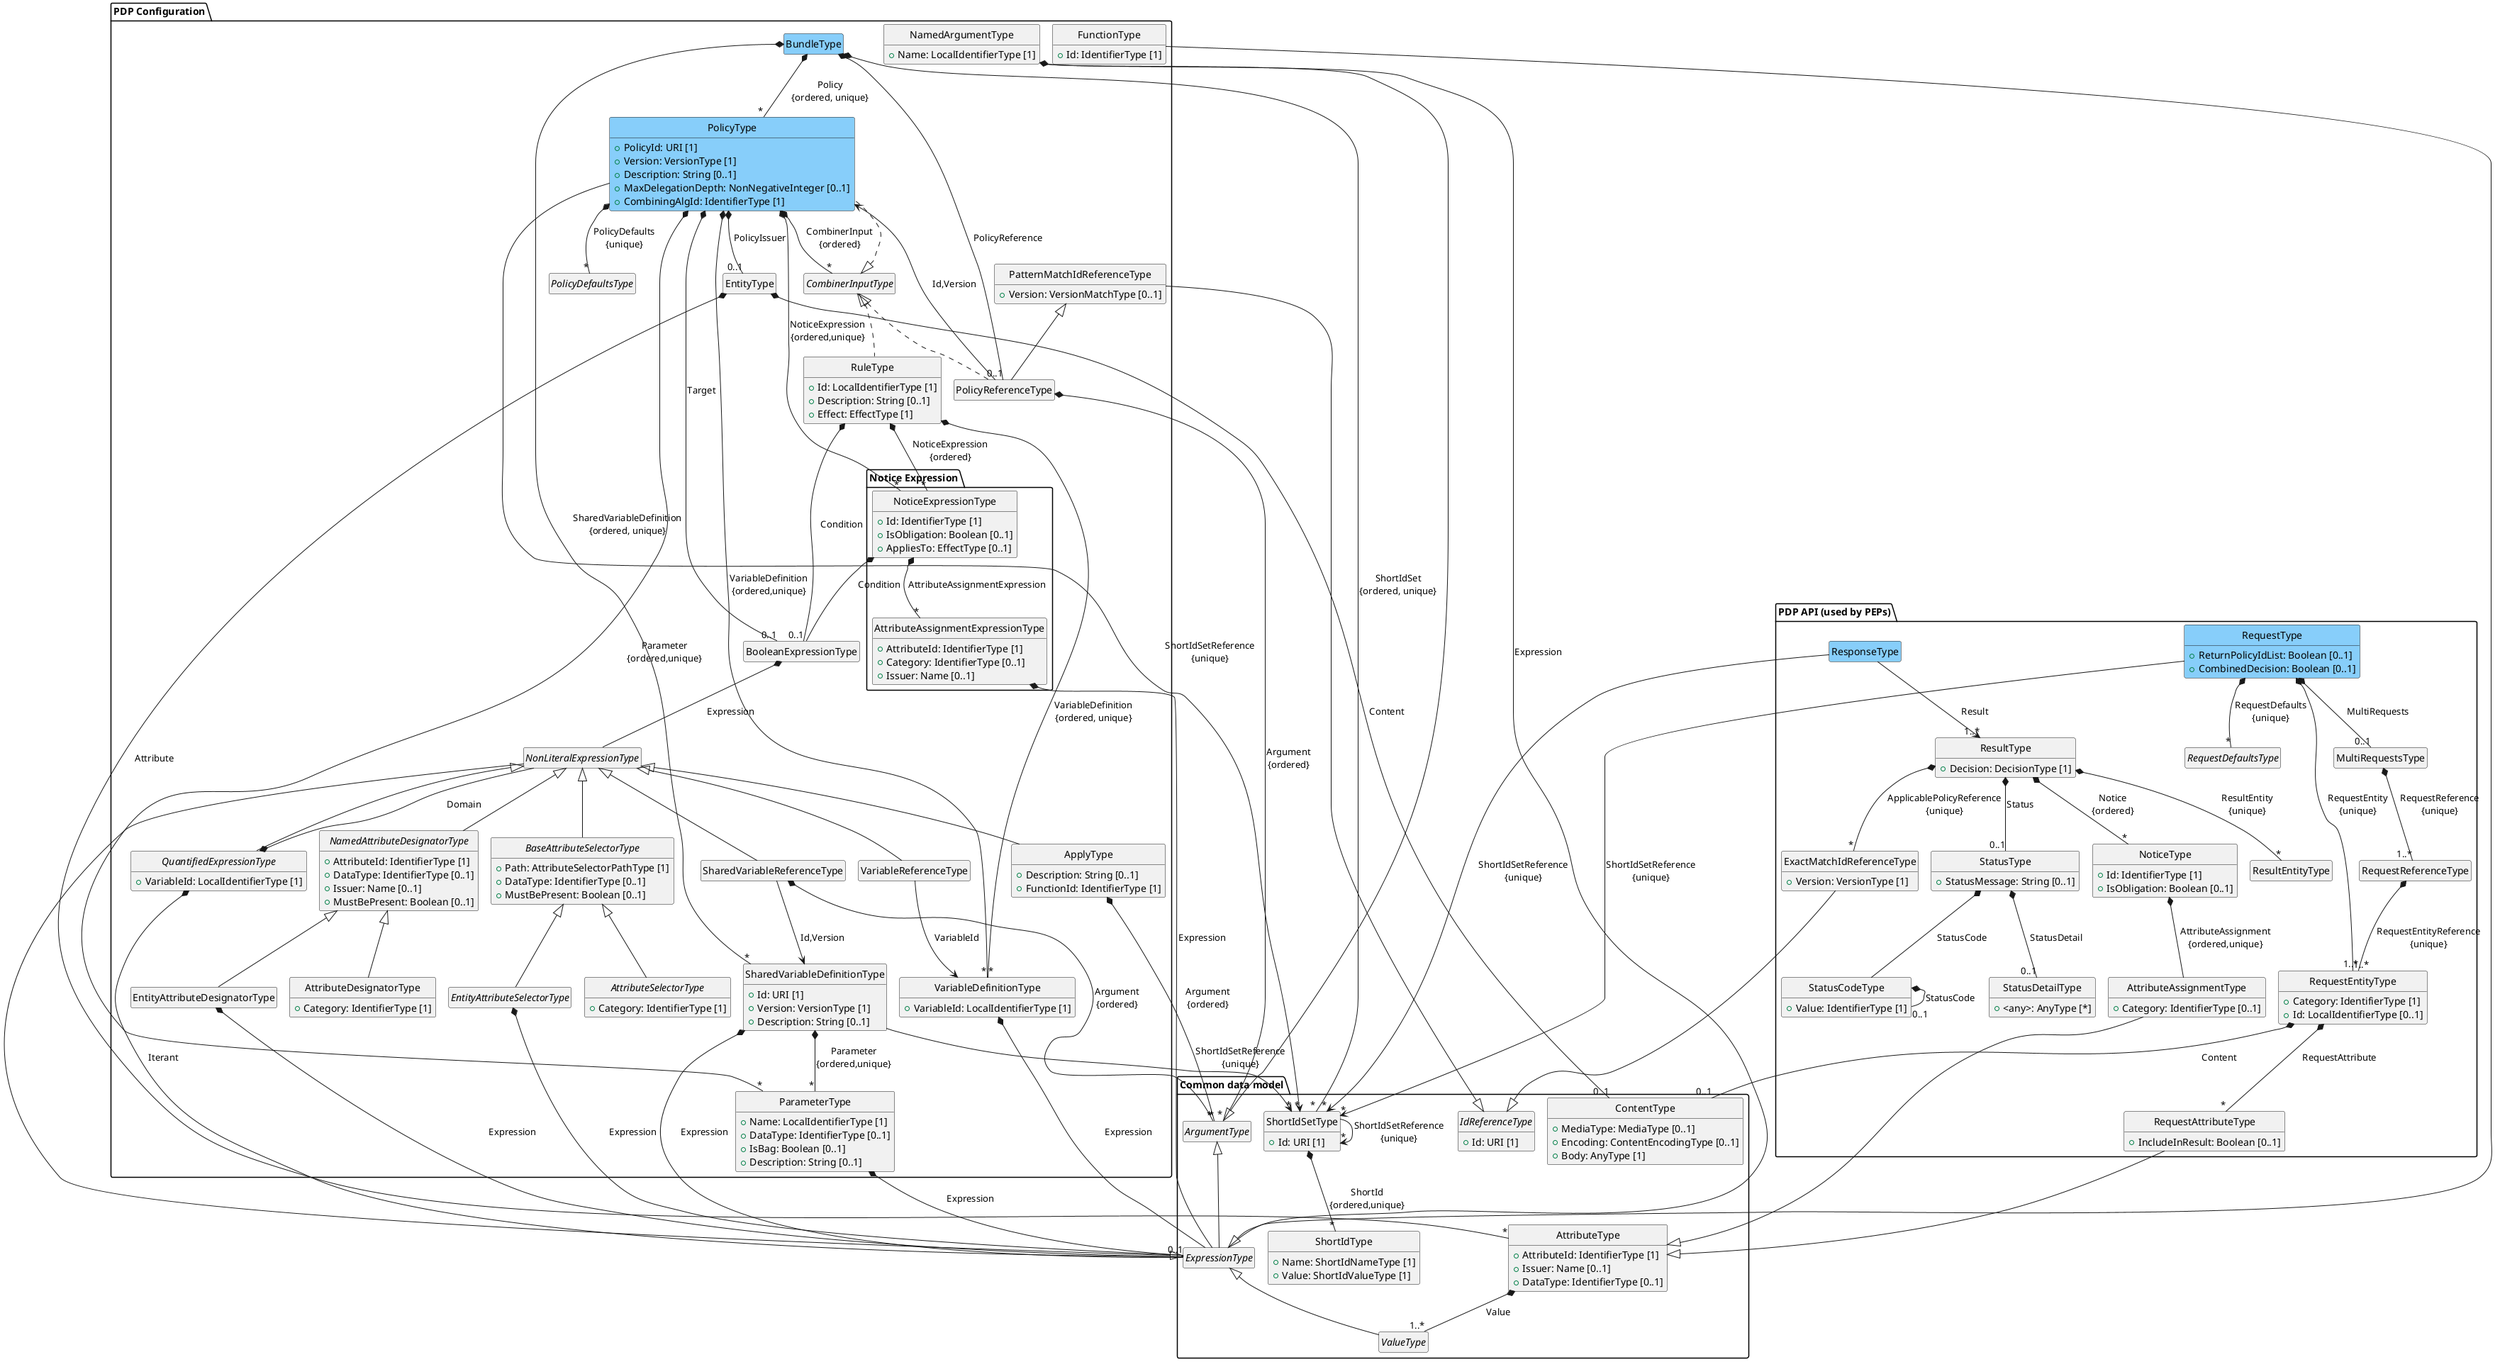
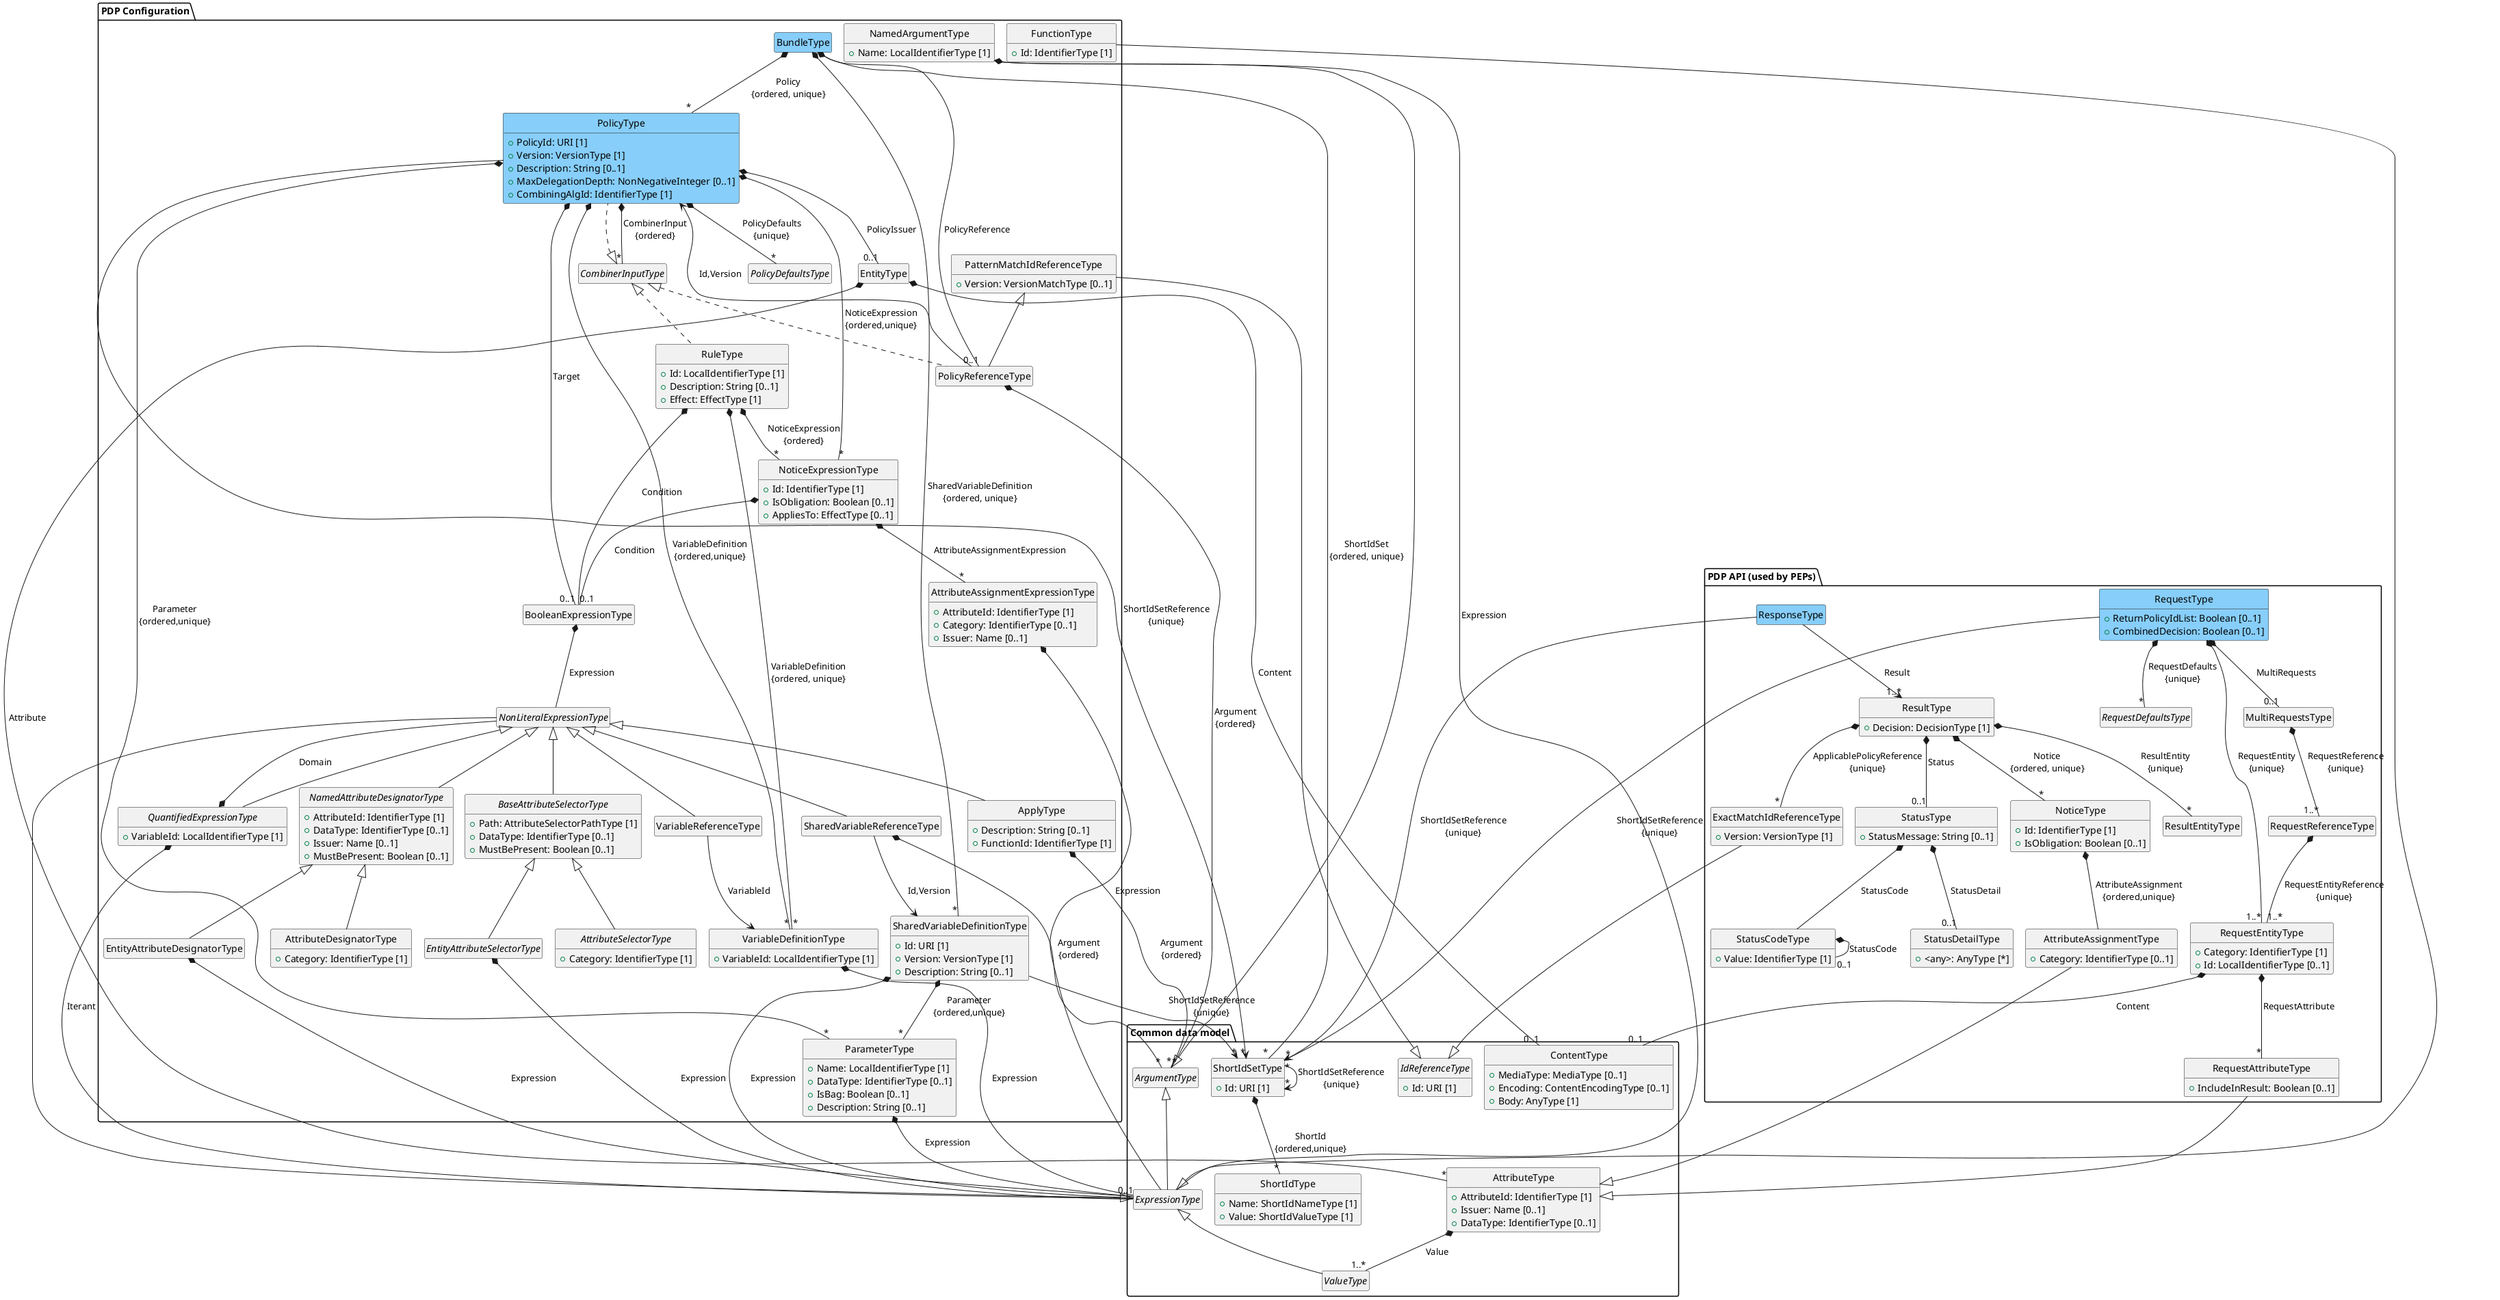
@startuml
hide empty members
hide circle
!pragma layout smetana
skinparam linetype ortho

'Constraints and defaults removed from class members and stereotypes remove from classes for conciseness

package "Common data model" {

    'Used in PDP Configuration and PDP API
    abstract class ArgumentType
    abstract class ExpressionType extends ArgumentType
    abstract class ValueType extends ExpressionType

    'Used in PDP Configuration and PDP API
    class AttributeType {
       + AttributeId: IdentifierType [1]
       + Issuer: Name [0..1]
       + DataType: IdentifierType [0..1]
    }
    AttributeType *-- "1..*" ValueType: Value

    abstract class IdReferenceType {
       + Id: URI [1]
    }

    class ShortIdType {
       + Name: ShortIdNameType [1]
       + Value: ShortIdValueType [1]
    }

    class ShortIdSetType {
        {field} + Id: URI [1]
    }

    ShortIdSetType *-- "*" ShortIdType: ShortId\n{ordered,unique}
    ShortIdSetType --> "*" ShortIdSetType: ShortIdSetReference\n{unique}

    class ContentType {
       + MediaType: MediaType [0..1]
       + Encoding: ContentEncodingType [0..1]
       + Body: AnyType [1]
    }
}

package "PDP Configuration" {

    EntityType *-- "0..1" ContentType: Content
    EntityType *-- "*" AttributeType: Attribute

    'WARNING CombinerInputType changed to interface to avoid multiple inheritance from PolicyReference
    interface CombinerInputType

    abstract class PolicyDefaultsType

    class NamedArgumentType {
      {field} + Name: LocalIdentifierType [1]
    }
    NamedArgumentType --|> ArgumentType
    NamedArgumentType *-- ExpressionType: Expression

    class ParameterType {
       + Name: LocalIdentifierType [1]
       + DataType: IdentifierType [0..1]
       + IsBag: Boolean [0..1]
       + Description: String [0..1]
    }
    ParameterType *-- "0..1" ExpressionType: Expression

    class VariableDefinitionType {
       + VariableId: LocalIdentifierType [1]
    }
    VariableDefinitionType *-- ExpressionType: Expression

    abstract class NonLiteralExpressionType
    NonLiteralExpressionType --|> ExpressionType

    BooleanExpressionType *-- NonLiteralExpressionType: Expression

-     package "Notice Expression" {
- 
    class AttributeAssignmentExpressionType {
       + AttributeId: IdentifierType [1]
       + Category: IdentifierType [0..1]
       + Issuer: Name [0..1]
    }
    AttributeAssignmentExpressionType *-- ExpressionType: Expression

    class NoticeExpressionType {
      {field} + Id: IdentifierType [1]
      {field} + IsObligation: Boolean [0..1]
      {field} + AppliesTo: EffectType [0..1]
    }
    NoticeExpressionType *-- BooleanExpressionType: Condition
    NoticeExpressionType *-- "*" AttributeAssignmentExpressionType: AttributeAssignmentExpression
-     }

    class PolicyType #LightSkyBlue implements CombinerInputType {
      {field} + PolicyId: URI [1]
      {field} + Version: VersionType [1]
      {field} + Description: String [0..1]
      {field} + MaxDelegationDepth: NonNegativeInteger [0..1]
      {field} + CombiningAlgId: IdentifierType [1]
    }
    PolicyType --> "*" ShortIdSetType: ShortIdSetReference\n{unique}
    PolicyType *-- "0..1" EntityType: PolicyIssuer
    PolicyType *-- "*" PolicyDefaultsType: PolicyDefaults\n{unique}
    PolicyType *-- "*" ParameterType: Parameter\n{ordered,unique}
    PolicyType *-- "*" VariableDefinitionType: VariableDefinition\n{ordered,unique}
    PolicyType *-- "0..1" BooleanExpressionType: Target
    PolicyType *-- "*" CombinerInputType: CombinerInput\n{ordered}
    PolicyType *-- "*" NoticeExpressionType: NoticeExpression\n{ordered,unique}

    'WARNING: CHANGE!!!!
    class RuleType implements CombinerInputType {
        {field} + Id: LocalIdentifierType [1]
        {field} + Description: String [0..1]
        {field} + Effect: EffectType [1]
    }
    RuleType *-- "*" VariableDefinitionType: VariableDefinition\n{ordered, unique}
    RuleType *-- "0..1" BooleanExpressionType: Condition
    RuleType *-- "*" NoticeExpressionType: NoticeExpression\n{ordered}

    class PatternMatchIdReferenceType {
       + Version: VersionMatchType [0..1]
    }
    PatternMatchIdReferenceType --|> IdReferenceType


    'WARNING: class PolicyReferenceType extends CombinerInputType AND PatternMatchIdReference!!!!!
    class PolicyReferenceType extends PatternMatchIdReferenceType implements CombinerInputType
    PolicyReferenceType --> PolicyType: Id,Version
    PolicyReferenceType *-- "*" ArgumentType: Argument\n{ordered}

    class SharedVariableDefinitionType {
        {field} + Id: URI [1]
        {field} + Version: VersionType [1]
        {field} + Description: String [0..1]
    }
    SharedVariableDefinitionType --> "*" ShortIdSetType: ShortIdSetReference\n{unique}
    SharedVariableDefinitionType *-- "*" ParameterType: Parameter\n{ordered,unique}
    SharedVariableDefinitionType *-- ExpressionType: Expression

    class FunctionType  {
       + Id: IdentifierType [1]
    }
    FunctionType --|> ExpressionType

    class ApplyType extends NonLiteralExpressionType {
       + Description: String [0..1]
       + FunctionId: IdentifierType [1]
    }
    ApplyType *-- "*" ArgumentType: Argument\n{ordered}

    abstract class NamedAttributeDesignatorType extends NonLiteralExpressionType {
       + AttributeId: IdentifierType [1]
       + DataType: IdentifierType [0..1]
       + Issuer: Name [0..1]
       + MustBePresent: Boolean [0..1]
    }

    class AttributeDesignatorType extends NamedAttributeDesignatorType {
       + Category: IdentifierType [1]
    }

    class EntityAttributeDesignatorType extends NamedAttributeDesignatorType
    EntityAttributeDesignatorType *-- ExpressionType: Expression

    abstract class BaseAttributeSelectorType extends NonLiteralExpressionType {
       + Path: AttributeSelectorPathType [1]
       + DataType: IdentifierType [0..1]
       + MustBePresent: Boolean [0..1]
    }

    abstract class AttributeSelectorType extends BaseAttributeSelectorType {
       + Category: IdentifierType [1]
    }

    abstract class EntityAttributeSelectorType extends BaseAttributeSelectorType
    EntityAttributeSelectorType *-- ExpressionType: Expression

    class VariableReferenceType extends NonLiteralExpressionType {
       '+ VariableId: LocalIdentifierType [1]
    }
    VariableReferenceType --> VariableDefinitionType: VariableId

    class SharedVariableReferenceType extends NonLiteralExpressionType {
       ' TODO: rename Id to VariableId like in VariableReference
       '+ Id: URI [1]
       '+ Version: VersionMatchType [0..1]
    }
    SharedVariableReferenceType --> SharedVariableDefinitionType: Id,Version
    SharedVariableReferenceType *-- "*" ArgumentType: Argument\n{ordered}

    abstract class QuantifiedExpressionType extends NonLiteralExpressionType {
       + VariableId: LocalIdentifierType [1]
    }
    QuantifiedExpressionType *-- NonLiteralExpressionType: Domain
    QuantifiedExpressionType *-- ExpressionType: Iterant

    'class ForAnyType extends QuantifiedExpressionType
    'class ForAllType extends QuantifiedExpressionType
    'class MapType extends QuantifiedExpressionType
    'class SelectType extends QuantifiedExpressionType

    class BundleType #LightSkyBlue
    BundleType *-- "*" ShortIdSetType: ShortIdSet\n{ordered, unique}
    BundleType *-- "*" SharedVariableDefinitionType: SharedVariableDefinition\n{ordered, unique}
    BundleType *-- "*" PolicyType: Policy\n{ordered, unique}
    BundleType *-- "0..1" PolicyReferenceType: PolicyReference
}


package "PDP API (used by PEPs)" {

    abstract class RequestDefaultsType

    class RequestAttributeType {
       + IncludeInResult: Boolean [0..1]
    }
    RequestAttributeType --|> AttributeType

    class RequestEntityType {
      {field} + Category: IdentifierType [1]
      {field} + Id: LocalIdentifierType [0..1]
    }
    RequestEntityType *-- "0..1" ContentType: Content
    RequestEntityType *-- "*" RequestAttributeType: RequestAttribute

    ' This is a simplification of RequestReferenceType -> RequestEntityReferenceType ->
    ' RequestReferenceType *-- "1..*" RequestEntityReferenceType\n{unique}
    ' class RequestEntityReferenceType {
    '   + Id: LocalIdentifierType [1]
    '}
    RequestReferenceType *-- "1..*" RequestEntityType: RequestEntityReference\n{unique}

    MultiRequestsType *-- "1..*" RequestReferenceType: RequestReference\n{unique}

    class RequestType #LightSkyBlue {
      {field} + ReturnPolicyIdList: Boolean [0..1]
      {field} + CombinedDecision: Boolean [0..1]
    }
    RequestType --> "*" ShortIdSetType: ShortIdSetReference\n{unique}
    RequestType *-- "*" RequestDefaultsType: RequestDefaults\n{unique}
    RequestType *-- "1..*" RequestEntityType: RequestEntity\n{unique}
    RequestType *-- "0..1" MultiRequestsType: MultiRequests

    class StatusCodeType {
       + Value: IdentifierType [1]
    }
    StatusCodeType *-- "0..1" StatusCodeType: StatusCode

    class StatusDetailType {
       + <any>: AnyType [*]
    }
    ' StatusDetailType may contain MissingAttributeDetailType
    'class MissingAttributeDetailType <<dataType>> {
    '   + Category: IdentifierType [0..1]
    '   + AttributeId: IdentifierType [1]
    '   + Issuer: Name [0..1]
    '   + DataType: IdentifierType [1]
    '   + Value: ValueType [*] {unordered, nonunique}
    '}
    class StatusType {
       + StatusMessage: String [0..1]
    }
    StatusType *-- StatusCodeType: StatusCode
    StatusType *-- "0..1" StatusDetailType: StatusDetail

    class AttributeAssignmentType {
       + Category: IdentifierType [0..1]
    }
    AttributeAssignmentType --|> AttributeType

    class NoticeType {
       {field} + Id: IdentifierType [1]
       {field} + IsObligation: Boolean [0..1]
    }
    NoticeType *-- AttributeAssignmentType: AttributeAssignment\n{ordered,unique}

    class ExactMatchIdReferenceType {
       + Version: VersionType [1]
    }
    ExactMatchIdReferenceType --|> IdReferenceType

    class ResultType {
      {field} + Decision: DecisionType [1]
    }
    ResultType *-- "0..1" StatusType: Status
    ResultType *-- "*" ResultEntityType: ResultEntity\n{unique}
-     ResultType *-- "*" NoticeType: Notice\n{ordered}
+     ResultType *-- "*" NoticeType: Notice\n{ordered, unique}
    ResultType *-- "*" ExactMatchIdReferenceType: ApplicablePolicyReference\n{unique}

    class ResponseType #LightSkyBlue
    ResponseType --> "*" ShortIdSetType: ShortIdSetReference\n{unique}
    ResponseType --> "1..*" ResultType: Result
}

    ' TODO: try add full ValueType hierarchy
@enduml
